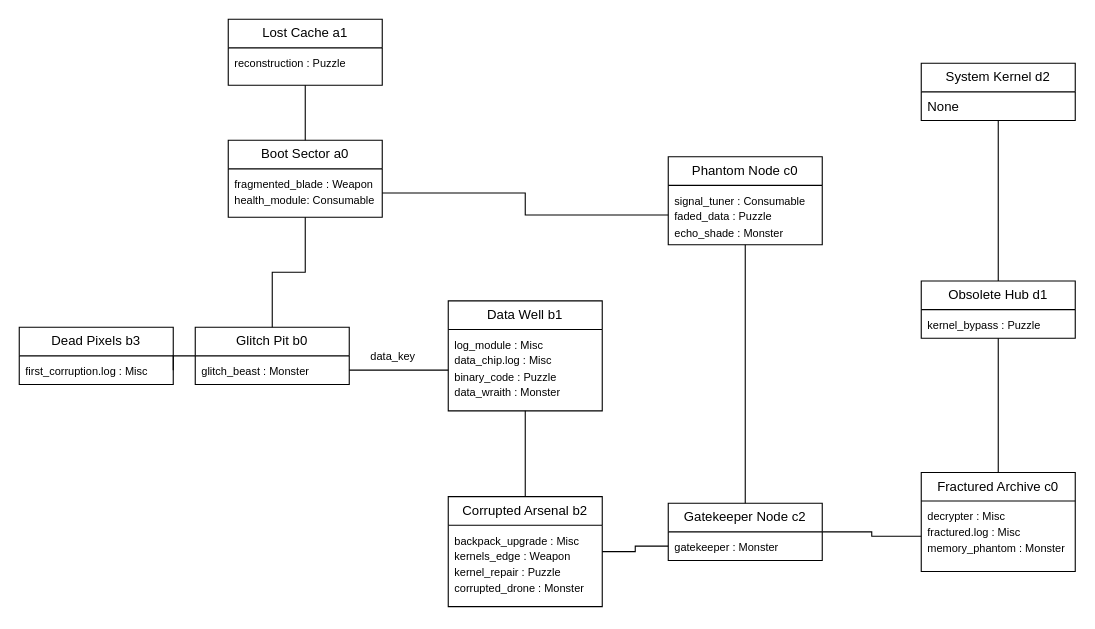
rey301/game_corrupted_labyrinth keeps this draw.io diagram as game_map.drawio. Above is the earlier version. Source tidied: cells renumbered, new cells numbered last; positions are measured from the earlier drawing's top-left corner, leaving out a move shared by most shapes. Both pictures are drawn from the tidied source at 110%, with x=0, y=0 at pixel (19, 19).
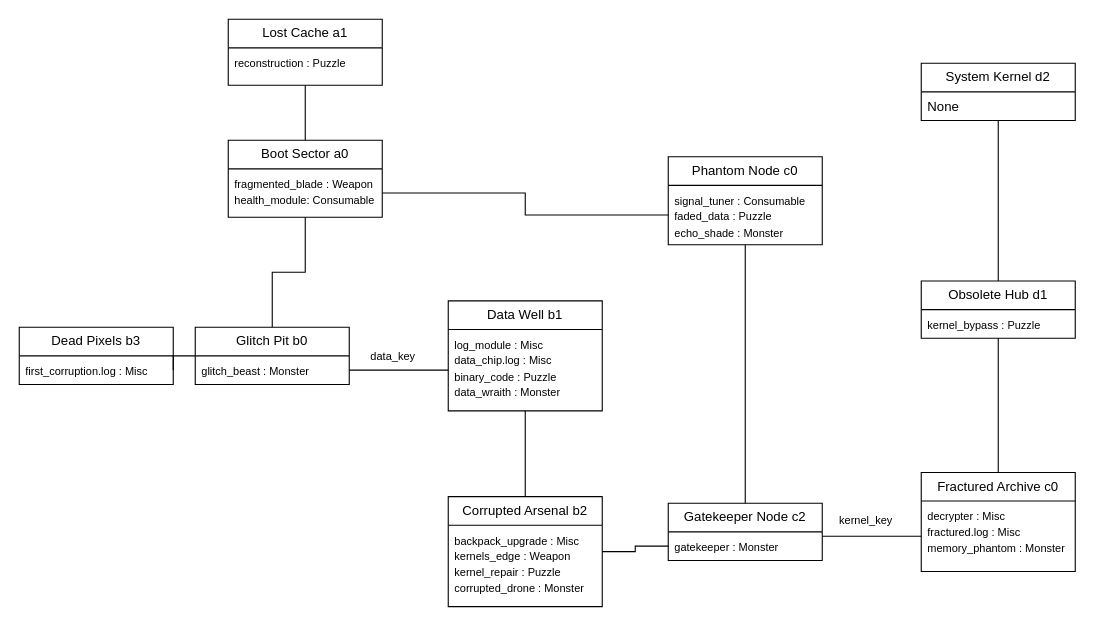
After the change.

Commit message (it also covers changes not shown here):
Add new items and weapons. Update last door so that it unlocks using the kernel key.

The change refers to these unchanged cells:
```xml
<mxCell id="20" value="Gatekeeper Node c2" style="swimlane;fontStyle=0;horizontal=1;startSize=26;fillColor=none;whiteSpace=wrap;html=1;" parent="1" vertex="1">
  <mxGeometry x="590" y="440" width="140" height="52" as="geometry" />
</mxCell>
<mxCell id="26" value="&lt;font style=&quot;font-size: 10px;&quot;&gt;decrypter : Misc&lt;/font&gt;&lt;div&gt;&lt;font style=&quot;font-size: 10px;&quot;&gt;fractured.log : Misc&lt;/font&gt;&lt;/div&gt;&lt;div&gt;&lt;font style=&quot;font-size: 10px;&quot;&gt;memory_phantom : Monster&lt;/font&gt;&lt;/div&gt;" style="text;strokeColor=none;fillColor=none;align=left;verticalAlign=top;spacingLeft=4;spacingRight=4;overflow=hidden;points=[[0,0.5],[1,0.5]];portConstraint=eastwest;whiteSpace=wrap;html=1;" parent="25" vertex="1">
  <mxGeometry y="26" width="140" height="64" as="geometry" />
</mxCell>
```

Change to the diagram source:
```diff
@@
     <mxCell id="19" style="edgeStyle=orthogonalEdgeStyle;rounded=0;jettySize=auto;html=1;entryX=0;entryY=0.5;entryDx=0;entryDy=0;endArrow=none;endFill=0;" parent="1" edge="1" source="20" target="26">
-      <mxGeometry relative="1" as="geometry" />
+      <mxGeometry relative="1" as="geometry">
+        <Array as="points">
+          <mxPoint x="760" y="470" />
+          <mxPoint x="760" y="470" />
+        </Array>
+      </mxGeometry>
     </mxCell>
@@
+    <mxCell id="36" value="&lt;font style=&quot;font-size: 10px;&quot;&gt;kernel_key&lt;/font&gt;" style="text;html=1;whiteSpace=wrap;strokeColor=none;fillColor=none;align=center;verticalAlign=middle;rounded=0;" parent="1" vertex="1">
+      <mxGeometry x="740" y="440" width="60" height="30" as="geometry" />
+    </mxCell>
```
